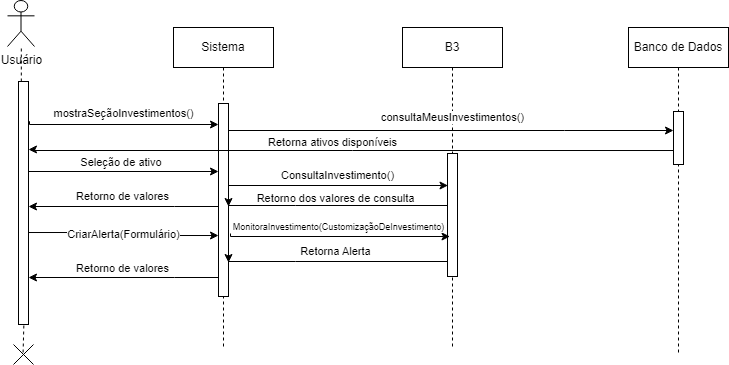
Above: Diagrama_sequencia_criar_alerta.png in ThePlano/Projeto-CC5511---ENGENHARIA-DE-SOFTWARE (draw.io), before the change. Source tidied: cells renumbered, new cells last; positions are measured from the earlier drawing's top-left corner, leaving out a move shared by most shapes. Source of this version:
```xml
<mxGraphModel>
  <root>
    <mxCell id="0" />
    <mxCell id="1" parent="0" />
    <mxCell id="2" value="Usuário" style="shape=umlActor;verticalLabelPosition=bottom;verticalAlign=top;html=1;outlineConnect=0;" parent="1" vertex="1">
      <mxGeometry width="27" height="46" as="geometry" />
    </mxCell>
    <mxCell id="3" value="Sistema" style="shape=umlLifeline;perimeter=lifelinePerimeter;whiteSpace=wrap;html=1;newEdgeStyle={&quot;curved&quot;:0,&quot;rounded&quot;:0};" parent="1" vertex="1">
      <mxGeometry x="166" y="27" width="100" height="320" as="geometry" />
    </mxCell>
    <mxCell id="4" style="html=1;points=[[0,0,0,0,5],[0,1,0,0,-5],[1,0,0,0,5],[1,1,0,0,-5]];perimeter=orthogonalPerimeter;outlineConnect=0;targetShapes=umlLifeline;portConstraint=eastwest;newEdgeStyle={&quot;curved&quot;:0,&quot;rounded&quot;:0};" parent="3" vertex="1">
      <mxGeometry x="45" y="76" width="10" height="193" as="geometry" />
    </mxCell>
    <mxCell id="5" style="endArrow=none;dashed=1;html=1;rounded=0;" parent="1" edge="1" source="9" target="2">
      <mxGeometry relative="1" as="geometry" />
    </mxCell>
    <mxCell id="6" value="B3" style="shape=umlLifeline;perimeter=lifelinePerimeter;whiteSpace=wrap;html=1;newEdgeStyle={&quot;curved&quot;:0,&quot;rounded&quot;:0};" parent="1" vertex="1">
      <mxGeometry x="395" y="27" width="100" height="321" as="geometry" />
    </mxCell>
    <mxCell id="7" style="html=1;perimeter=orthogonalPerimeter;targetShapes=umlLifeline;newEdgeStyle={&quot;curved&quot;:0,&quot;rounded&quot;:0};" parent="6" vertex="1">
      <mxGeometry x="45" y="126" width="10" height="123" as="geometry" />
    </mxCell>
    <mxCell id="8" value="mostraSeçãoInvestimentos()" style="edgeStyle=orthogonalEdgeStyle;rounded=0;jettySize=auto;html=1;curved=0;" parent="1" edge="1" source="9" target="4">
      <mxGeometry x="0.02" y="11" relative="1" as="geometry">
        <Array as="points">
          <mxPoint x="22" y="121" />
          <mxPoint x="22" y="124" />
        </Array>
      </mxGeometry>
    </mxCell>
    <mxCell id="9" style="html=1;points=[[0,0,0,0,5],[0,1,0,0,-5],[1,0,0,0,5],[1,1,0,0,-5]];perimeter=orthogonalPerimeter;outlineConnect=0;targetShapes=umlLifeline;portConstraint=eastwest;newEdgeStyle={&quot;curved&quot;:0,&quot;rounded&quot;:0};" parent="1" vertex="1">
      <mxGeometry x="11" y="81" width="10" height="243" as="geometry" />
    </mxCell>
    <mxCell id="10" value="Retorna ativos disponíveis" style="edgeStyle=orthogonalEdgeStyle;rounded=0;orthogonalLoop=1;jettySize=auto;html=1;curved=0;startArrow=classic;startFill=1;endArrow=none;endFill=0;" parent="1" edge="1">
      <mxGeometry x="-0.06" y="8" relative="1" as="geometry">
        <mxPoint x="21" y="149" as="sourcePoint" />
        <mxPoint x="666" y="150" as="targetPoint" />
        <Array as="points">
          <mxPoint x="24" y="149" />
          <mxPoint x="24" y="150" />
        </Array>
      </mxGeometry>
    </mxCell>
    <mxCell id="11" value="ConsultaInvestimento()" style="edgeStyle=orthogonalEdgeStyle;rounded=0;orthogonalLoop=1;jettySize=auto;html=1;curved=0;" parent="1" edge="1">
      <mxGeometry x="0.01" y="10" relative="1" as="geometry">
        <mxPoint x="221" y="182" as="sourcePoint" />
        <mxPoint x="440.5" y="185" as="targetPoint" />
        <Array as="points">
          <mxPoint x="221" y="185" />
        </Array>
      </mxGeometry>
    </mxCell>
    <mxCell id="12" value="Retorno dos valores de consulta" style="edgeStyle=orthogonalEdgeStyle;rounded=0;orthogonalLoop=1;jettySize=auto;html=1;curved=0;startArrow=classic;startFill=1;endArrow=none;endFill=0;" parent="1" edge="1">
      <mxGeometry x="-0.01" y="7" relative="1" as="geometry">
        <mxPoint x="221" y="206" as="sourcePoint" />
        <mxPoint x="440" y="205" as="targetPoint" />
        <Array as="points">
          <mxPoint x="288" y="205" />
          <mxPoint x="288" y="205" />
        </Array>
      </mxGeometry>
    </mxCell>
    <mxCell id="13" value="Retorno de valores" style="edgeStyle=orthogonalEdgeStyle;rounded=0;orthogonalLoop=1;jettySize=auto;html=1;curved=0;startArrow=classic;startFill=1;endArrow=none;endFill=0;" parent="1" edge="1">
      <mxGeometry x="-0.01" y="10" relative="1" as="geometry">
        <mxPoint x="21" y="206" as="sourcePoint" />
        <mxPoint x="211" y="206" as="targetPoint" />
        <Array as="points">
          <mxPoint x="167" y="206" />
          <mxPoint x="167" y="206" />
        </Array>
      </mxGeometry>
    </mxCell>
    <mxCell id="14" value="Seleção de ativo&amp;nbsp;" style="edgeStyle=orthogonalEdgeStyle;rounded=0;orthogonalLoop=1;jettySize=auto;html=1;curved=0;" parent="1" edge="1">
      <mxGeometry x="0.01" y="9" relative="1" as="geometry">
        <mxPoint x="21" y="168" as="sourcePoint" />
        <mxPoint x="211" y="171" as="targetPoint" />
        <Array as="points">
          <mxPoint x="21" y="171" />
        </Array>
      </mxGeometry>
    </mxCell>
    <mxCell id="15" value="Banco de Dados" style="shape=umlLifeline;perimeter=lifelinePerimeter;whiteSpace=wrap;html=1;newEdgeStyle={&quot;curved&quot;:0,&quot;rounded&quot;:0};" parent="1" vertex="1">
      <mxGeometry x="621" y="27" width="100" height="325" as="geometry" />
    </mxCell>
    <mxCell id="16" style="html=1;points=[[0,0,0,0,5],[0,1,0,0,-5],[1,0,0,0,5],[1,1,0,0,-5]];perimeter=orthogonalPerimeter;outlineConnect=0;targetShapes=umlLifeline;portConstraint=eastwest;newEdgeStyle={&quot;curved&quot;:0,&quot;rounded&quot;:0};" parent="15" vertex="1">
      <mxGeometry x="45" y="84" width="10" height="53" as="geometry" />
    </mxCell>
    <mxCell id="17" value="consultaMeusInvestimentos()" style="edgeStyle=orthogonalEdgeStyle;rounded=0;jettySize=auto;html=1;curved=0;" parent="1" edge="1" source="4" target="16">
      <mxGeometry x="0.01" y="13" relative="1" as="geometry">
        <Array as="points">
          <mxPoint x="557" y="130" />
          <mxPoint x="557" y="130" />
        </Array>
      </mxGeometry>
    </mxCell>
    <mxCell id="18" value="CriarAlerta(Formulário)" style="edgeStyle=orthogonalEdgeStyle;rounded=0;orthogonalLoop=1;jettySize=auto;html=1;curved=0;" parent="1" edge="1">
      <mxGeometry relative="1" as="geometry">
        <mxPoint x="21" y="232" as="sourcePoint" />
        <mxPoint x="211" y="235" as="targetPoint" />
        <Array as="points">
          <mxPoint x="116" y="232" />
          <mxPoint x="116" y="235" />
        </Array>
      </mxGeometry>
    </mxCell>
    <mxCell id="19" value="&lt;font style=&quot;font-size: 9px;&quot;&gt;MonitoraInvestimento(CustomizaçãoDeInvestimento)&lt;/font&gt;" style="edgeStyle=orthogonalEdgeStyle;rounded=0;orthogonalLoop=1;jettySize=auto;html=1;curved=0;" parent="1" edge="1">
      <mxGeometry y="10" relative="1" as="geometry">
        <mxPoint x="223" y="233" as="sourcePoint" />
        <mxPoint x="442.5" y="236" as="targetPoint" />
        <Array as="points">
          <mxPoint x="223" y="236" />
        </Array>
      </mxGeometry>
    </mxCell>
    <mxCell id="20" value="Retorna Alerta" style="edgeStyle=orthogonalEdgeStyle;rounded=0;orthogonalLoop=1;jettySize=auto;html=1;curved=0;startArrow=classic;startFill=1;endArrow=none;endFill=0;" parent="1" edge="1">
      <mxGeometry x="-0.01" y="10" relative="1" as="geometry">
        <mxPoint x="221" y="262" as="sourcePoint" />
        <mxPoint x="440" y="261" as="targetPoint" />
        <Array as="points">
          <mxPoint x="288" y="261" />
          <mxPoint x="288" y="261" />
        </Array>
      </mxGeometry>
    </mxCell>
    <mxCell id="21" value="Retorno de valores" style="edgeStyle=orthogonalEdgeStyle;rounded=0;orthogonalLoop=1;jettySize=auto;html=1;curved=0;startArrow=classic;startFill=1;endArrow=none;endFill=0;" parent="1" edge="1">
      <mxGeometry x="-0.01" y="9" relative="1" as="geometry">
        <mxPoint x="21" y="277" as="sourcePoint" />
        <mxPoint x="211" y="277" as="targetPoint" />
        <Array as="points">
          <mxPoint x="167" y="277" />
          <mxPoint x="167" y="277" />
        </Array>
      </mxGeometry>
    </mxCell>
    <mxCell id="22" style="shape=mxgraph.sysml.x;direction=south;" parent="1" vertex="1">
      <mxGeometry x="6" y="344" width="20" height="20" as="geometry" />
    </mxCell>
    <mxCell id="23" style="endArrow=none;dashed=1;html=1;rounded=0;exitX=0.684;exitY=0.507;exitDx=0;exitDy=0;exitPerimeter=0;" parent="1" edge="1">
      <mxGeometry relative="1" as="geometry">
        <mxPoint x="15.6" y="352" as="sourcePoint" />
        <mxPoint x="16.4" y="322.9" as="targetPoint" />
      </mxGeometry>
    </mxCell>
  </root>
</mxGraphModel>
```
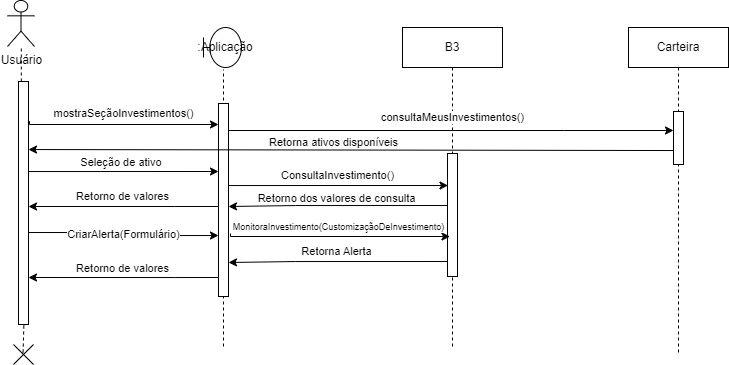
Later version of the same file.

Diff of the diagram source:
```diff
@@ -79,7 +79,7 @@
         </Array>
       </mxGeometry>
     </mxCell>
-    <mxCell id="15" value="Banco de Dados" style="shape=umlLifeline;perimeter=lifelinePerimeter;whiteSpace=wrap;html=1;newEdgeStyle={&quot;curved&quot;:0,&quot;rounded&quot;:0};" parent="1" vertex="1">
+    <mxCell id="15" value="Carteira" style="shape=umlLifeline;perimeter=lifelinePerimeter;whiteSpace=wrap;html=1;newEdgeStyle={&quot;curved&quot;:0,&quot;rounded&quot;:0};" parent="1" vertex="1">
       <mxGeometry x="621" y="27" width="100" height="325" as="geometry" />
     </mxCell>
     <mxCell id="16" style="html=1;points=[[0,0,0,0,5],[0,1,0,0,-5],[1,0,0,0,5],[1,1,0,0,-5]];perimeter=orthogonalPerimeter;outlineConnect=0;targetShapes=umlLifeline;portConstraint=eastwest;newEdgeStyle={&quot;curved&quot;:0,&quot;rounded&quot;:0};" parent="15" vertex="1">
@@ -141,5 +141,11 @@
         <mxPoint x="16.4" y="322.9" as="targetPoint" />
       </mxGeometry>
     </mxCell>
+    <mxCell id="24" style="rounded=0;whiteSpace=wrap;html=1;strokeColor=none;" parent="1" vertex="1">
+      <mxGeometry x="165" y="26" width="102" height="43" as="geometry" />
+    </mxCell>
+    <mxCell id="25" value=":Aplicação" style="shape=umlBoundary;whiteSpace=wrap;html=1;" parent="1" vertex="1">
+      <mxGeometry x="196" y="27" width="38" height="40" as="geometry" />
+    </mxCell>
   </root>
 </mxGraphModel>
```
